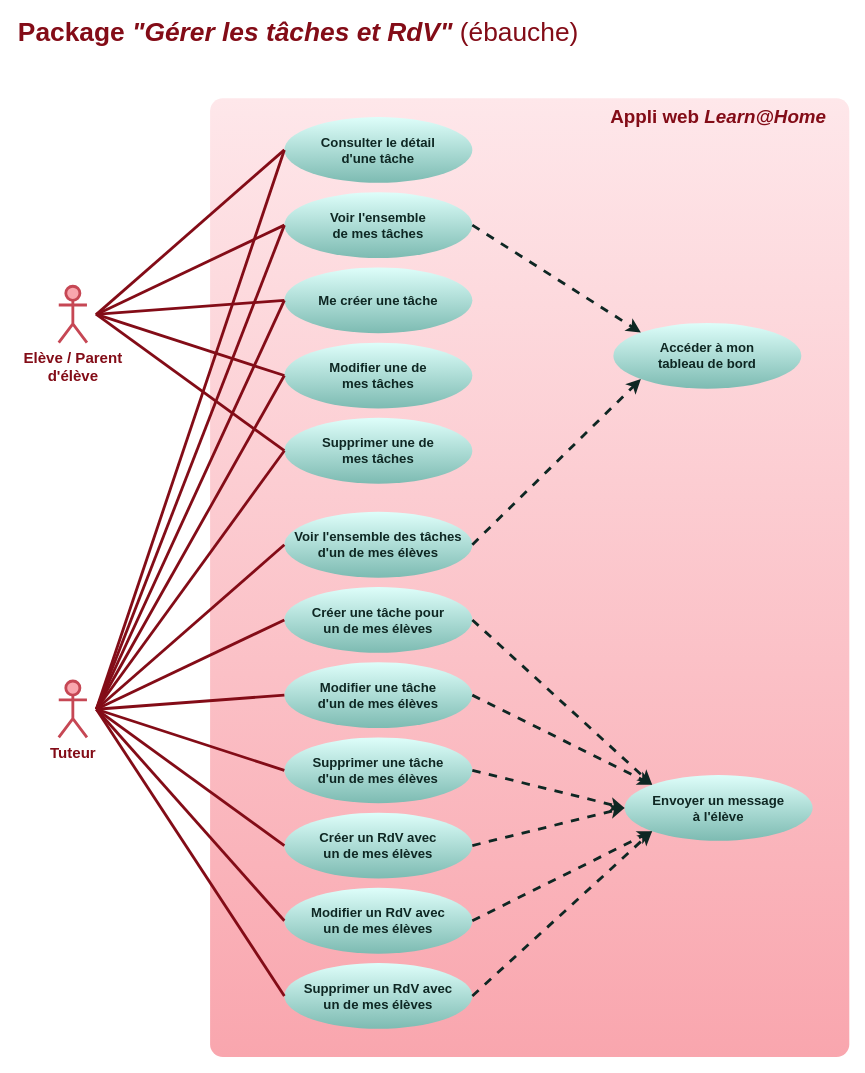
Before: doc/use-cases-manage-tasks.drawio in logic-fabric/LoicMangin_10_01052021, a draw.io diagram. Source tidied: cells renumbered, new cells numbered last; positions are measured from the earlier drawing's top-left corner, leaving out a move shared by most shapes. Both pictures are drawn from the tidied source at 94%, with x=0, y=0 at pixel (16, 23).
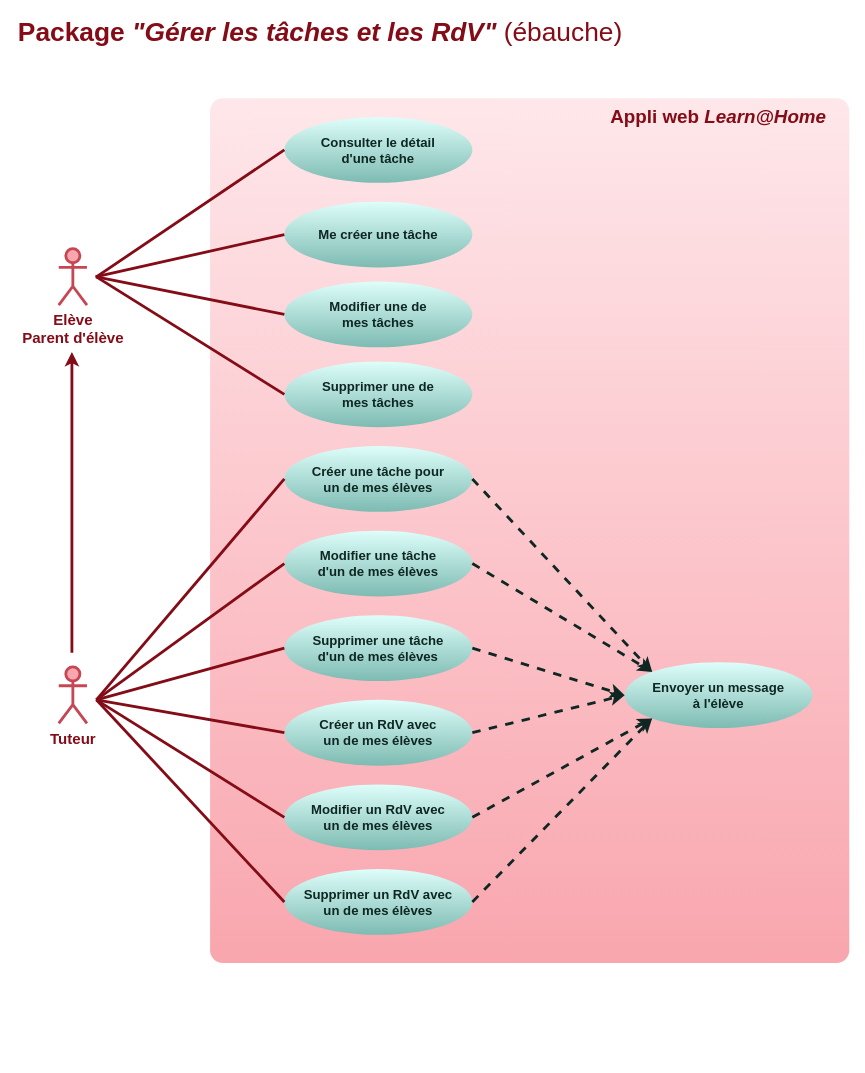
The same page after the edit.

Commit message (it also covers changes not shown here):
doc: simplify use-case-manage-tasks diagram

Unchanged cells that the change refers to:
```xml
<mxCell id="7" value="&lt;font style=&quot;font-size: 14px&quot;&gt;&lt;b&gt;&lt;font style=&quot;font-size: 14px&quot;&gt;Consulter le détail&lt;br&gt;&lt;/font&gt;d'une tâche&lt;br&gt;&lt;/b&gt;&lt;/font&gt;" style="ellipse;whiteSpace=wrap;html=1;rounded=1;strokeWidth=3;fontColor=#0e2723;strokeColor=none;fillColor=#defefa;gradientColor=#7dbbb2;" parent="1" vertex="1">
  <mxGeometry x="285" y="100" width="200" height="70" as="geometry" />
</mxCell>
```

Diff of the diagram source:
```diff
@@
-    <mxCell id="2" value="&lt;font style=&quot;font-size: 16px&quot;&gt;Elève / Parent &lt;br&gt;d'élève&lt;/font&gt;" style="shape=umlActor;verticalLabelPosition=bottom;verticalAlign=top;html=1;strokeWidth=3;strokeColor=#C64754;fillColor=#f9a6ae;fontColor=#830C17;fontStyle=1;" parent="1" vertex="1">
-      <mxGeometry x="45" y="280" width="30" height="60" as="geometry" />
+    <mxCell id="2" value="&lt;font style=&quot;font-size: 16px&quot;&gt;Elève&lt;br&gt;Parent d'élève&lt;/font&gt;" style="shape=umlActor;verticalLabelPosition=bottom;verticalAlign=top;html=1;strokeWidth=3;strokeColor=#C64754;fillColor=#f9a6ae;fontColor=#830C17;fontStyle=1;" parent="1" vertex="1">
+      <mxGeometry x="45" y="240" width="30" height="60" as="geometry" />
     </mxCell>
-    <mxCell id="3" value="&lt;font size=&quot;1&quot; color=&quot;#830c17&quot;&gt;&lt;span style=&quot;font-size: 28px&quot;&gt;&lt;b&gt;Package &lt;/b&gt;&lt;i style=&quot;font-weight: bold&quot;&gt;&quot;Gérer les tâches et RdV&quot;&lt;/i&gt; (ébauche)&lt;/span&gt;&lt;/font&gt;" style="text;html=1;strokeColor=none;fillColor=none;align=left;verticalAlign=middle;whiteSpace=wrap;rounded=0;fontColor=#660000;" parent="1" vertex="1">
-      <mxGeometry width="610" height="20" as="geometry" />
+    <mxCell id="3" value="&lt;font size=&quot;1&quot; color=&quot;#830c17&quot;&gt;&lt;span style=&quot;font-size: 28px&quot;&gt;&lt;b&gt;Package &lt;/b&gt;&lt;i style=&quot;font-weight: bold&quot;&gt;&quot;Gérer les tâches et les RdV&quot;&lt;/i&gt; (ébauche)&lt;/span&gt;&lt;/font&gt;" style="text;html=1;strokeColor=none;fillColor=none;align=left;verticalAlign=middle;whiteSpace=wrap;rounded=0;fontColor=#660000;" parent="1" vertex="1">
+      <mxGeometry width="655" height="20" as="geometry" />
     </mxCell>
     <mxCell id="4" style="rounded=1;whiteSpace=wrap;html=1;fontColor=#660000;strokeWidth=3;strokeColor=none;fillColor=#F9A6AE;gradientColor=#fee7ea;gradientDirection=north;arcSize=2;" parent="1" vertex="1">
-      <mxGeometry x="206" y="80" width="680" height="1020" as="geometry" />
+      <mxGeometry x="206" y="80" width="680" height="920" as="geometry" />
     </mxCell>
     <mxCell id="5" value="&lt;font style=&quot;font-size: 16px&quot;&gt;Tuteur&lt;br&gt;&lt;/font&gt;" style="shape=umlActor;verticalLabelPosition=bottom;verticalAlign=top;html=1;strokeWidth=3;strokeColor=#C64754;fillColor=#f9a6ae;fontColor=#830C17;fontStyle=1;" parent="1" vertex="1">
-      <mxGeometry x="45" y="700" width="30" height="60" as="geometry" />
+      <mxGeometry x="45" y="685" width="30" height="60" as="geometry" />
     </mxCell>
@@
     <mxCell id="8" style="endArrow=none;html=1;fontColor=#0e2723;strokeWidth=3;strokeColor=#830C17;exitX=0;exitY=0.5;exitDx=0;exitDy=0;" parent="1" edge="1" source="7">
       <mxGeometry relative="1" as="geometry">
-        <mxPoint x="85" y="310" as="targetPoint" />
+        <mxPoint x="85" y="270" as="targetPoint" />
       </mxGeometry>
     </mxCell>
-    <mxCell id="9" style="endArrow=none;html=1;fontColor=#0e2723;strokeWidth=3;strokeColor=#830C17;exitX=0;exitY=0.5;exitDx=0;exitDy=0;" parent="1" edge="1" source="7">
-      <mxGeometry relative="1" as="geometry">
-        <mxPoint x="85" y="730" as="targetPoint" />
-      </mxGeometry>
-    </mxCell>
     <mxCell id="10" value="&lt;font style=&quot;font-size: 14px&quot;&gt;&lt;b&gt;Me créer une tâche&lt;br&gt;&lt;/b&gt;&lt;/font&gt;" style="ellipse;whiteSpace=wrap;html=1;rounded=1;strokeWidth=3;fontColor=#0e2723;strokeColor=none;fillColor=#defefa;gradientColor=#7dbbb2;" parent="1" vertex="1">
-      <mxGeometry x="285" y="260" width="200" height="70" as="geometry" />
+      <mxGeometry x="285" y="190" width="200" height="70" as="geometry" />
     </mxCell>
     <mxCell id="11" style="endArrow=none;html=1;fontColor=#0e2723;strokeWidth=3;strokeColor=#830C17;exitX=0;exitY=0.5;exitDx=0;exitDy=0;" parent="1" edge="1" source="10">
       <mxGeometry relative="1" as="geometry">
-        <mxPoint x="84" y="310" as="targetPoint" />
+        <mxPoint x="84" y="270" as="targetPoint" />
       </mxGeometry>
     </mxCell>
-    <mxCell id="12" style="endArrow=none;html=1;fontColor=#0e2723;strokeWidth=3;strokeColor=#830C17;exitX=0;exitY=0.5;exitDx=0;exitDy=0;" parent="1" edge="1" source="10">
-      <mxGeometry relative="1" as="geometry">
-        <mxPoint x="85" y="730" as="targetPoint" />
-      </mxGeometry>
-    </mxCell>
-    <mxCell id="13" value="&lt;font style=&quot;font-size: 14px&quot;&gt;&lt;b&gt;Voir l'ensemble&lt;br&gt;de mes tâches&lt;/b&gt;&lt;b&gt;&lt;br&gt;&lt;/b&gt;&lt;/font&gt;" style="ellipse;whiteSpace=wrap;html=1;rounded=1;strokeWidth=3;fontColor=#0e2723;strokeColor=none;fillColor=#defefa;gradientColor=#7dbbb2;" parent="1" vertex="1">
-      <mxGeometry x="285" y="180" width="200" height="70" as="geometry" />
-    </mxCell>
-    <mxCell id="14" value="&lt;font style=&quot;font-size: 14px&quot;&gt;&lt;b&gt;Voir l'ensemble des tâches d'un de mes élèves&lt;br&gt;&lt;/b&gt;&lt;/font&gt;" style="ellipse;whiteSpace=wrap;html=1;rounded=1;strokeWidth=3;fontColor=#0e2723;strokeColor=none;fillColor=#defefa;gradientColor=#7dbbb2;" parent="1" vertex="1">
-      <mxGeometry x="285" y="520" width="200" height="70" as="geometry" />
-    </mxCell>
     <mxCell id="15" value="&lt;font style=&quot;font-size: 14px&quot;&gt;&lt;b&gt;Modifier une de&lt;br&gt;mes tâches&lt;br&gt;&lt;/b&gt;&lt;/font&gt;" style="ellipse;whiteSpace=wrap;html=1;rounded=1;strokeWidth=3;fontColor=#0e2723;strokeColor=none;fillColor=#defefa;gradientColor=#7dbbb2;" parent="1" vertex="1">
-      <mxGeometry x="285" y="340" width="200" height="70" as="geometry" />
+      <mxGeometry x="285" y="275" width="200" height="70" as="geometry" />
     </mxCell>
     <mxCell id="16" value="&lt;font style=&quot;font-size: 14px&quot;&gt;&lt;b&gt;Modifier une tâche&lt;br&gt;d'un de mes élèves&lt;br&gt;&lt;/b&gt;&lt;/font&gt;" style="ellipse;whiteSpace=wrap;html=1;rounded=1;strokeWidth=3;fontColor=#0e2723;strokeColor=none;fillColor=#defefa;gradientColor=#7dbbb2;" parent="1" vertex="1">
-      <mxGeometry x="285" y="680" width="200" height="70" as="geometry" />
+      <mxGeometry x="285" y="540" width="200" height="70" as="geometry" />
     </mxCell>
-    <mxCell id="17" value="&lt;font style=&quot;font-size: 14px&quot;&gt;&lt;b&gt;Accéder à mon&lt;br&gt;tableau de bord&lt;br&gt;&lt;/b&gt;&lt;/font&gt;" style="ellipse;whiteSpace=wrap;html=1;rounded=1;strokeWidth=3;fontColor=#0e2723;strokeColor=none;fillColor=#defefa;gradientColor=#7dbbb2;" parent="1" vertex="1">
-      <mxGeometry x="635" y="319" width="200" height="70" as="geometry" />
-    </mxCell>
     <mxCell id="18" value="&lt;font style=&quot;font-size: 14px&quot;&gt;&lt;b&gt;Supprimer une de &lt;br&gt;mes tâches&lt;br&gt;&lt;/b&gt;&lt;/font&gt;" style="ellipse;whiteSpace=wrap;html=1;rounded=1;strokeWidth=3;fontColor=#0e2723;strokeColor=none;fillColor=#defefa;gradientColor=#7dbbb2;" parent="1" vertex="1">
-      <mxGeometry x="285" y="420" width="200" height="70" as="geometry" />
+      <mxGeometry x="285" y="360" width="200" height="70" as="geometry" />
     </mxCell>
     <mxCell id="19" value="&lt;font style=&quot;font-size: 14px&quot;&gt;&lt;b&gt;Supprimer une tâche&lt;br&gt;d'un de mes élèves&lt;br&gt;&lt;/b&gt;&lt;/font&gt;" style="ellipse;whiteSpace=wrap;html=1;rounded=1;strokeWidth=3;fontColor=#0e2723;strokeColor=none;fillColor=#defefa;gradientColor=#7dbbb2;" parent="1" vertex="1">
-      <mxGeometry x="285" y="760" width="200" height="70" as="geometry" />
+      <mxGeometry x="285" y="630" width="200" height="70" as="geometry" />
     </mxCell>
     <mxCell id="20" value="&lt;font style=&quot;font-size: 14px&quot;&gt;&lt;b&gt;Créer une tâche pour &lt;br&gt;un de mes élèves&lt;br&gt;&lt;/b&gt;&lt;/font&gt;" style="ellipse;whiteSpace=wrap;html=1;rounded=1;strokeWidth=3;fontColor=#0e2723;strokeColor=none;fillColor=#defefa;gradientColor=#7dbbb2;" parent="1" vertex="1">
-      <mxGeometry x="285" y="600" width="200" height="70" as="geometry" />
+      <mxGeometry x="285" y="450" width="200" height="70" as="geometry" />
     </mxCell>
     <mxCell id="21" value="&lt;font style=&quot;font-size: 14px&quot;&gt;&lt;b&gt;Créer un RdV avec&lt;br&gt;un de mes élèves&lt;br&gt;&lt;/b&gt;&lt;/font&gt;" style="ellipse;whiteSpace=wrap;html=1;rounded=1;strokeWidth=3;fontColor=#0e2723;strokeColor=none;fillColor=#defefa;gradientColor=#7dbbb2;" parent="1" vertex="1">
-      <mxGeometry x="285" y="840" width="200" height="70" as="geometry" />
+      <mxGeometry x="285" y="720" width="200" height="70" as="geometry" />
     </mxCell>
     <mxCell id="22" value="&lt;font style=&quot;font-size: 14px&quot;&gt;&lt;b&gt;Modifier un RdV avec&lt;br&gt;un de mes élèves&lt;br&gt;&lt;/b&gt;&lt;/font&gt;" style="ellipse;whiteSpace=wrap;html=1;rounded=1;strokeWidth=3;fontColor=#0e2723;strokeColor=none;fillColor=#defefa;gradientColor=#7dbbb2;" parent="1" vertex="1">
-      <mxGeometry x="285" y="920" width="200" height="70" as="geometry" />
+      <mxGeometry x="285" y="810" width="200" height="70" as="geometry" />
     </mxCell>
     <mxCell id="23" value="&lt;font style=&quot;font-size: 14px&quot;&gt;&lt;b&gt;Supprimer un RdV avec&lt;br&gt;un de mes élèves&lt;br&gt;&lt;/b&gt;&lt;/font&gt;" style="ellipse;whiteSpace=wrap;html=1;rounded=1;strokeWidth=3;fontColor=#0e2723;strokeColor=none;fillColor=#defefa;gradientColor=#7dbbb2;" parent="1" vertex="1">
-      <mxGeometry x="285" y="1000" width="200" height="70" as="geometry" />
+      <mxGeometry x="285" y="900" width="200" height="70" as="geometry" />
     </mxCell>
     <mxCell id="24" value="&lt;font style=&quot;font-size: 14px&quot;&gt;&lt;b&gt;Envoyer un message&lt;br&gt;à l'élève&lt;br&gt;&lt;/b&gt;&lt;/font&gt;" style="ellipse;whiteSpace=wrap;html=1;rounded=1;strokeWidth=3;fontColor=#0e2723;strokeColor=none;fillColor=#defefa;gradientColor=#7dbbb2;" parent="1" vertex="1">
-      <mxGeometry x="647" y="800" width="200" height="70" as="geometry" />
+      <mxGeometry x="647" y="680" width="200" height="70" as="geometry" />
     </mxCell>
-    <mxCell id="25" style="endArrow=none;html=1;fontColor=#0e2723;strokeWidth=3;strokeColor=#830C17;exitX=0;exitY=0.5;exitDx=0;exitDy=0;" parent="1" edge="1" source="13">
-      <mxGeometry relative="1" as="geometry">
-        <mxPoint x="85" y="310" as="targetPoint" />
-      </mxGeometry>
-    </mxCell>
     <mxCell id="26" style="endArrow=none;html=1;fontColor=#0e2723;strokeWidth=3;strokeColor=#830C17;exitX=0;exitY=0.5;exitDx=0;exitDy=0;" parent="1" edge="1" source="15">
       <mxGeometry relative="1" as="geometry">
-        <mxPoint x="85" y="310" as="targetPoint" />
+        <mxPoint x="85" y="270" as="targetPoint" />
       </mxGeometry>
     </mxCell>
     <mxCell id="27" style="endArrow=none;html=1;fontColor=#0e2723;strokeWidth=3;strokeColor=#830C17;exitX=0;exitY=0.5;exitDx=0;exitDy=0;" parent="1" edge="1" source="18">
       <mxGeometry relative="1" as="geometry">
-        <mxPoint x="85" y="310" as="targetPoint" />
+        <mxPoint x="85" y="270" as="targetPoint" />
       </mxGeometry>
     </mxCell>
-    <mxCell id="28" style="endArrow=none;html=1;fontColor=#0e2723;strokeWidth=3;strokeColor=#830C17;exitX=0;exitY=0.5;exitDx=0;exitDy=0;" parent="1" edge="1" source="13">
-      <mxGeometry relative="1" as="geometry">
-        <mxPoint x="85" y="730" as="targetPoint" />
-      </mxGeometry>
-    </mxCell>
-    <mxCell id="29" style="endArrow=none;html=1;fontColor=#0e2723;strokeWidth=3;strokeColor=#830C17;exitX=0;exitY=0.5;exitDx=0;exitDy=0;" parent="1" edge="1" source="15">
-      <mxGeometry relative="1" as="geometry">
-        <mxPoint x="85" y="730" as="targetPoint" />
-      </mxGeometry>
-    </mxCell>
-    <mxCell id="30" style="endArrow=none;html=1;fontColor=#0e2723;strokeWidth=3;strokeColor=#830C17;exitX=0;exitY=0.5;exitDx=0;exitDy=0;" parent="1" edge="1" source="18">
-      <mxGeometry relative="1" as="geometry">
-        <mxPoint x="85" y="730" as="targetPoint" />
-      </mxGeometry>
-    </mxCell>
-    <mxCell id="31" style="endArrow=none;html=1;fontColor=#0e2723;strokeWidth=3;strokeColor=#830C17;exitX=0;exitY=0.5;exitDx=0;exitDy=0;" parent="1" edge="1" source="14">
-      <mxGeometry relative="1" as="geometry">
-        <mxPoint x="85" y="730" as="targetPoint" />
-      </mxGeometry>
-    </mxCell>
     <mxCell id="32" style="endArrow=none;html=1;fontColor=#0e2723;strokeWidth=3;strokeColor=#830C17;exitX=0;exitY=0.5;exitDx=0;exitDy=0;" parent="1" edge="1" source="20">
       <mxGeometry relative="1" as="geometry">
-        <mxPoint x="85" y="730" as="targetPoint" />
+        <mxPoint x="85" y="720" as="targetPoint" />
       </mxGeometry>
     </mxCell>
     <mxCell id="33" style="endArrow=none;html=1;fontColor=#0e2723;strokeWidth=3;strokeColor=#830C17;exitX=0;exitY=0.5;exitDx=0;exitDy=0;" parent="1" edge="1" source="16">
       <mxGeometry relative="1" as="geometry">
-        <mxPoint x="85" y="730" as="targetPoint" />
+        <mxPoint x="85" y="720" as="targetPoint" />
       </mxGeometry>
     </mxCell>
     <mxCell id="34" style="endArrow=none;html=1;fontColor=#0e2723;strokeWidth=3;strokeColor=#830C17;exitX=0;exitY=0.5;exitDx=0;exitDy=0;" parent="1" edge="1" source="19">
       <mxGeometry relative="1" as="geometry">
-        <mxPoint x="85" y="730" as="targetPoint" />
+        <mxPoint x="85" y="720" as="targetPoint" />
       </mxGeometry>
     </mxCell>
     <mxCell id="35" style="endArrow=none;html=1;fontColor=#0e2723;strokeWidth=3;strokeColor=#830C17;exitX=0;exitY=0.5;exitDx=0;exitDy=0;" parent="1" edge="1" source="21">
       <mxGeometry relative="1" as="geometry">
-        <mxPoint x="85" y="730" as="targetPoint" />
+        <mxPoint x="85" y="720" as="targetPoint" />
       </mxGeometry>
     </mxCell>
     <mxCell id="36" style="endArrow=none;html=1;fontColor=#0e2723;strokeWidth=3;strokeColor=#830C17;exitX=0;exitY=0.5;exitDx=0;exitDy=0;" parent="1" edge="1" source="22">
       <mxGeometry relative="1" as="geometry">
-        <mxPoint x="85" y="730" as="targetPoint" />
+        <mxPoint x="85" y="720" as="targetPoint" />
       </mxGeometry>
     </mxCell>
     <mxCell id="37" style="endArrow=none;html=1;fontColor=#0e2723;strokeWidth=3;strokeColor=#830C17;exitX=0;exitY=0.5;exitDx=0;exitDy=0;" parent="1" edge="1" source="23">
       <mxGeometry relative="1" as="geometry">
-        <mxPoint x="85" y="730" as="targetPoint" />
+        <mxPoint x="85" y="720" as="targetPoint" />
       </mxGeometry>
     </mxCell>
-    <mxCell id="38" style="endArrow=classic;html=1;fontColor=#0e2723;strokeColor=#0E2723;strokeWidth=3;exitX=1;exitY=0.5;exitDx=0;exitDy=0;dashed=1;entryX=0;entryY=0;entryDx=0;entryDy=0;" parent="1" edge="1" source="13" target="17">
-      <mxGeometry relative="1" as="geometry" />
-    </mxCell>
-    <mxCell id="39" style="endArrow=classic;html=1;fontColor=#0e2723;strokeColor=#0E2723;strokeWidth=3;exitX=1;exitY=0.5;exitDx=0;exitDy=0;dashed=1;entryX=0;entryY=1;entryDx=0;entryDy=0;" parent="1" edge="1" source="14" target="17">
-      <mxGeometry relative="1" as="geometry" />
-    </mxCell>
@@
+    <mxCell id="46" style="endArrow=classic;html=1;fontColor=#0e2723;strokeWidth=3;strokeColor=#830C17;" parent="1" edge="1">
+      <mxGeometry relative="1" as="geometry">
+        <mxPoint x="59" y="670" as="sourcePoint" />
+        <mxPoint x="59" y="350" as="targetPoint" />
+      </mxGeometry>
+    </mxCell>
```
